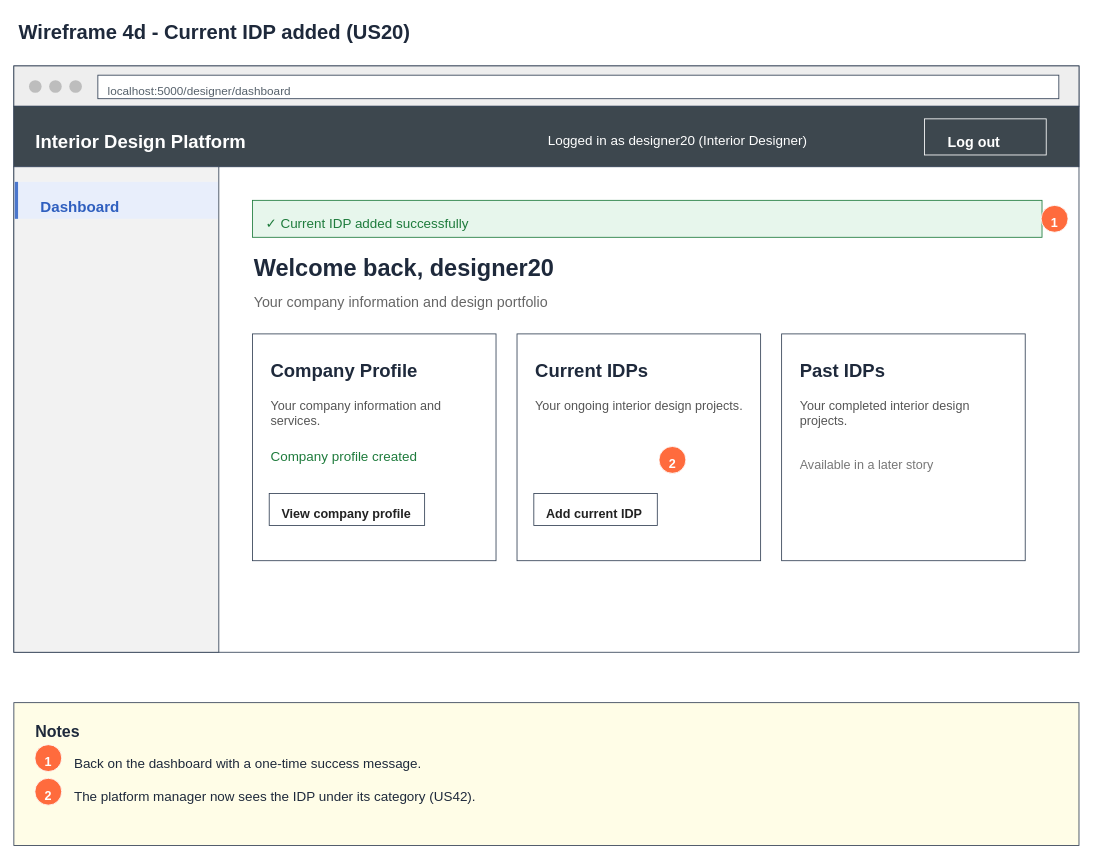
Before: page "4d Wireframe - IDP added" (5 of 8) of Sprint_3/US20 - Add Current IDP/US20 Add current IDP.drawio in Hanzxc/CSIT314-ARCHSS, a draw.io diagram. Source tidied: cells renumbered, new cells numbered last; positions are measured from the earlier drawing's top-left corner, leaving out a move shared by most shapes. Both pictures are drawn from the tidied source at 84%, with x=0, y=0 at pixel (13, 13).
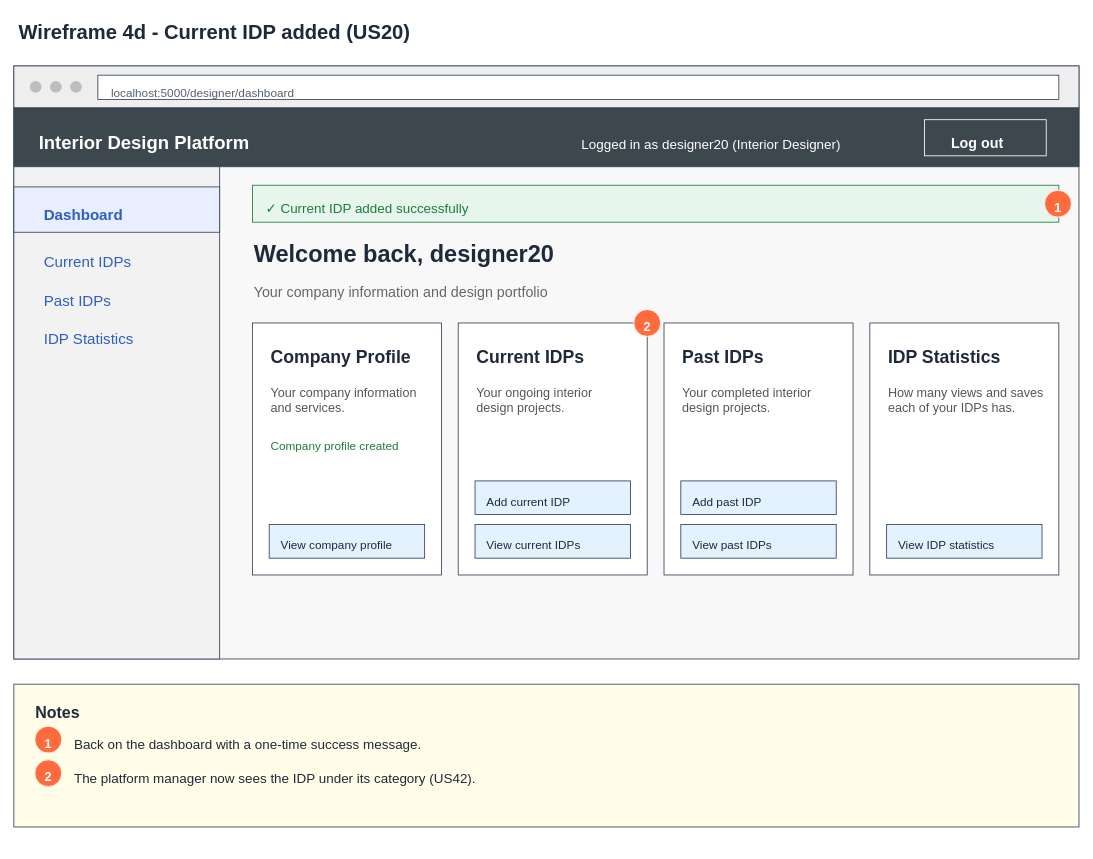
The same diagram, later.

Change to the diagram source:
```diff
@@
-    <mxCell id="3" style="rounded=0;whiteSpace=wrap;fillColor=#ffffff;strokeColor=#334155;" parent="1" vertex="1">
-      <mxGeometry y="62" width="1268" height="698" as="geometry" />
+    <mxCell id="3" style="rounded=0;whiteSpace=wrap;fillColor=#f8f8f8;strokeColor=#334155;" parent="1" vertex="1">
+      <mxGeometry y="62" width="1268" height="706" as="geometry" />
     </mxCell>
     <mxCell id="4" style="rounded=0;whiteSpace=wrap;fillColor=#eeeeee;strokeColor=#334155;" parent="1" vertex="1">
-      <mxGeometry y="62" width="1268" height="48" as="geometry" />
+      <mxGeometry y="62" width="1268" height="50" as="geometry" />
     </mxCell>
     <mxCell id="5" style="ellipse;fillColor=#bdbdbd;strokeColor=none;" parent="1" vertex="1">
-      <mxGeometry x="18" y="79" width="15" height="15" as="geometry" />
+      <mxGeometry x="19" y="80" width="14" height="14" as="geometry" />
     </mxCell>
     <mxCell id="6" style="ellipse;fillColor=#bdbdbd;strokeColor=none;" parent="1" vertex="1">
-      <mxGeometry x="42" y="79" width="15" height="15" as="geometry" />
+      <mxGeometry x="43" y="80" width="14" height="14" as="geometry" />
     </mxCell>
     <mxCell id="7" style="ellipse;fillColor=#bdbdbd;strokeColor=none;" parent="1" vertex="1">
-      <mxGeometry x="66" y="79" width="15" height="15" as="geometry" />
+      <mxGeometry x="67" y="80" width="14" height="14" as="geometry" />
     </mxCell>
     <mxCell id="8" style="rounded=0;whiteSpace=wrap;fillColor=#ffffff;strokeColor=#334155;" parent="1" vertex="1">
-      <mxGeometry x="100" y="73" width="1144" height="28" as="geometry" />
+      <mxGeometry x="100" y="73" width="1144" height="29" as="geometry" />
     </mxCell>
     <mxCell id="9" value="localhost:5000/designer/dashboard" style="text;html=0;align=left;verticalAlign=top;fontSize=14;fontStyle=0;fontColor=#56616b;" parent="1" vertex="1">
-      <mxGeometry x="110" y="77" width="231" height="23" as="geometry" />
+      <mxGeometry x="114" y="79" width="900" height="21" as="geometry" />
     </mxCell>
     <mxCell id="10" style="rounded=0;whiteSpace=wrap;fillColor=#3d474e;strokeColor=#334155;" parent="1" vertex="1">
-      <mxGeometry y="110" width="1268" height="72" as="geometry" />
+      <mxGeometry y="112" width="1268" height="70" as="geometry" />
     </mxCell>
     <mxCell id="11" value="Interior Design Platform" style="text;html=0;align=left;verticalAlign=top;fontSize=22;fontStyle=1;fontColor=#ffffff;" parent="1" vertex="1">
-      <mxGeometry x="24" y="132" width="256" height="34" as="geometry" />
+      <mxGeometry x="28" y="133" width="900" height="29" as="geometry" />
     </mxCell>
     <mxCell id="12" value="Logged in as designer20 (Interior Designer)" style="text;html=0;align=left;verticalAlign=top;fontSize=16;fontStyle=0;fontColor=#ffffff;" parent="1" vertex="1">
-      <mxGeometry x="634" y="135" width="316" height="26" as="geometry" />
+      <mxGeometry x="674" y="139" width="440" height="23" as="geometry" />
     </mxCell>
     <mxCell id="13" style="rounded=0;whiteSpace=wrap;fillColor=#3d474e;strokeColor=#ffffff;" parent="1" vertex="1">
-      <mxGeometry x="1084" y="125" width="145" height="43" as="geometry" />
+      <mxGeometry x="1084" y="126" width="145" height="43" as="geometry" />
     </mxCell>
     <mxCell id="14" value="Log out" style="text;html=0;align=left;verticalAlign=top;fontSize=17;fontStyle=1;fontColor=#ffffff;" parent="1" vertex="1">
-      <mxGeometry x="1110" y="136" width="69" height="27" as="geometry" />
+      <mxGeometry x="1114" y="137" width="115" height="24" as="geometry" />
     </mxCell>
-    <mxCell id="15" style="rounded=0;whiteSpace=wrap;fillColor=#f2f2f2;strokeColor=#334155;" parent="1" vertex="1">
-      <mxGeometry y="182" width="244" height="578" as="geometry" />
-    </mxCell>
-    <mxCell id="16" style="rounded=0;whiteSpace=wrap;fillColor=#e8eefb;strokeColor=none;" parent="1" vertex="1">
-      <mxGeometry x="1" y="200" width="242" height="44" as="geometry" />
-    </mxCell>
-    <mxCell id="17" style="rounded=0;whiteSpace=wrap;fillColor=#4a76cc;strokeColor=none;" parent="1" vertex="1">
-      <mxGeometry x="1" y="200" width="4" height="44" as="geometry" />
+    <mxCell id="17" style="rounded=0;whiteSpace=wrap;fillColor=#f2f2f2;strokeColor=#334155;" parent="1" vertex="1">
+      <mxGeometry y="182" width="245" height="586" as="geometry" />
     </mxCell>
-    <mxCell id="18" value="Dashboard" style="text;html=0;align=left;verticalAlign=top;fontSize=18;fontStyle=1;fontColor=#2f5fbf;" parent="1" vertex="1">
-      <mxGeometry x="30" y="212" width="102" height="28" as="geometry" />
+    <mxCell id="18" style="rounded=0;whiteSpace=wrap;fillColor=#e8eefb;strokeColor=#334155;" parent="1" vertex="1">
+      <mxGeometry y="206" width="245" height="54" as="geometry" />
     </mxCell>
-    <mxCell id="19" style="rounded=0;whiteSpace=wrap;fillColor=#e7f6ec;strokeColor=#1e7b3c;" parent="1" vertex="1">
-      <mxGeometry x="284" y="222" width="940" height="44" as="geometry" />
+    <mxCell id="19" value="Dashboard" style="text;html=0;align=left;verticalAlign=top;fontSize=18;fontStyle=1;fontColor=#2f5fbf;" parent="1" vertex="1">
+      <mxGeometry x="34" y="222" width="200" height="25" as="geometry" />
     </mxCell>
-    <mxCell id="20" value="✓ Current IDP added successfully" style="text;html=0;align=left;verticalAlign=top;fontSize=16;fontStyle=0;fontColor=#1e7b3c;" parent="1" vertex="1">
-      <mxGeometry x="298" y="233" width="248" height="26" as="geometry" />
+    <mxCell id="20" value="Current IDPs" style="text;html=0;align=left;verticalAlign=top;fontSize=18;fontStyle=0;fontColor=#2f5fbf;" parent="1" vertex="1">
+      <mxGeometry x="34" y="278" width="200" height="25" as="geometry" />
     </mxCell>
-    <mxCell id="21" value="Welcome back, designer20" style="text;html=0;align=left;verticalAlign=top;fontSize=28;fontStyle=1;fontColor=#1e293b;" parent="1" vertex="1">
-      <mxGeometry x="284" y="278" width="371" height="42" as="geometry" />
+    <mxCell id="21" value="Past IDPs" style="text;html=0;align=left;verticalAlign=top;fontSize=18;fontStyle=0;fontColor=#2f5fbf;" parent="1" vertex="1">
+      <mxGeometry x="34" y="324" width="200" height="25" as="geometry" />
     </mxCell>
-    <mxCell id="22" value="Your company information and design portfolio" style="text;html=0;align=left;verticalAlign=top;fontSize=17;fontStyle=0;fontColor=#666666;" parent="1" vertex="1">
-      <mxGeometry x="284" y="326" width="355" height="27" as="geometry" />
+    <mxCell id="22" value="IDP Statistics" style="text;html=0;align=left;verticalAlign=top;fontSize=18;fontStyle=0;fontColor=#2f5fbf;" parent="1" vertex="1">
+      <mxGeometry x="34" y="370" width="200" height="25" as="geometry" />
     </mxCell>
-    <mxCell id="23" style="rounded=0;whiteSpace=wrap;fillColor=#ffffff;strokeColor=#334155;" parent="1" vertex="1">
-      <mxGeometry x="284" y="381" width="290" height="270" as="geometry" />
+    <mxCell id="23" value="Welcome back, designer20" style="text;html=0;align=left;verticalAlign=top;fontSize=28;fontStyle=1;fontColor=#1e293b;" parent="1" vertex="1">
+      <mxGeometry x="284" y="262" width="900" height="35" as="geometry" />
     </mxCell>
-    <mxCell id="24" value="Company Profile" style="text;html=0;align=left;verticalAlign=top;fontSize=22;fontStyle=1;fontColor=#1e293b;" parent="1" vertex="1">
-      <mxGeometry x="304" y="405" width="181" height="34" as="geometry" />
+    <mxCell id="24" value="Your company information and design portfolio" style="text;html=0;align=left;verticalAlign=top;fontSize=17;fontStyle=0;fontColor=#666666;" parent="1" vertex="1">
+      <mxGeometry x="284" y="315" width="900" height="24" as="geometry" />
     </mxCell>
-    <mxCell id="25" value="Your company information and&#10;services." style="text;html=0;align=left;verticalAlign=top;fontSize=15;fontStyle=0;fontColor=#555555;" parent="1" vertex="1">
-      <mxGeometry x="304" y="451" width="208" height="44" as="geometry" />
+    <mxCell id="25" style="rounded=0;whiteSpace=wrap;fillColor=#ffffff;strokeColor=#334155;" parent="1" vertex="1">
+      <mxGeometry x="284" y="368" width="225" height="300" as="geometry" />
     </mxCell>
-    <mxCell id="26" value="Company profile created" style="text;html=0;align=left;verticalAlign=top;fontSize=16;fontStyle=0;fontColor=#1e7b3c;" parent="1" vertex="1">
-      <mxGeometry x="304" y="511" width="182" height="26" as="geometry" />
+    <mxCell id="26" value="Company Profile" style="text;html=0;align=left;verticalAlign=top;fontSize=21;fontStyle=1;fontColor=#1e293b;" parent="1" vertex="1">
+      <mxGeometry x="304" y="389" width="195" height="29" as="geometry" />
     </mxCell>
-    <mxCell id="27" style="rounded=0;whiteSpace=wrap;fillColor=#ffffff;strokeColor=#334155;" parent="1" vertex="1">
-      <mxGeometry x="304" y="571" width="185" height="38" as="geometry" />
+    <mxCell id="27" value="Your company information&#10;and services." style="text;html=0;align=left;verticalAlign=top;fontSize=15;fontStyle=0;fontColor=#555555;" parent="1" vertex="1">
+      <mxGeometry x="304" y="436" width="195" height="44" as="geometry" />
     </mxCell>
-    <mxCell id="28" value="View company profile" style="text;html=0;align=left;verticalAlign=top;fontSize=15;fontStyle=1;fontColor=#222222;" parent="1" vertex="1">
-      <mxGeometry x="317" y="580" width="159" height="24" as="geometry" />
+    <mxCell id="28" value="Company profile created" style="text;html=0;align=left;verticalAlign=top;fontSize=14;fontStyle=0;fontColor=#1e7b3c;" parent="1" vertex="1">
+      <mxGeometry x="304" y="500" width="195" height="21" as="geometry" />
     </mxCell>
-    <mxCell id="29" style="rounded=0;whiteSpace=wrap;fillColor=#ffffff;strokeColor=#334155;" parent="1" vertex="1">
-      <mxGeometry x="599" y="381" width="290" height="270" as="geometry" />
+    <mxCell id="29" style="rounded=0;whiteSpace=wrap;fillColor=#e3f2fd;strokeColor=#334155;" parent="1" vertex="1">
+      <mxGeometry x="304" y="608" width="185" height="40" as="geometry" />
     </mxCell>
-    <mxCell id="30" value="Current IDPs" style="text;html=0;align=left;verticalAlign=top;fontSize=22;fontStyle=1;fontColor=#1e293b;" parent="1" vertex="1">
-      <mxGeometry x="619" y="405" width="142" height="34" as="geometry" />
+    <mxCell id="30" value="View company profile" style="text;html=0;align=left;verticalAlign=top;fontSize=14;fontStyle=0;fontColor=#1e293b;" parent="1" vertex="1">
+      <mxGeometry x="316" y="618" width="165" height="22" as="geometry" />
     </mxCell>
-    <mxCell id="31" value="Your ongoing interior design projects." style="text;html=0;align=left;verticalAlign=top;fontSize=15;fontStyle=0;fontColor=#555555;" parent="1" vertex="1">
-      <mxGeometry x="619" y="451" width="249" height="24" as="geometry" />
+    <mxCell id="31" style="rounded=0;whiteSpace=wrap;fillColor=#ffffff;strokeColor=#334155;" parent="1" vertex="1">
+      <mxGeometry x="529" y="368" width="225" height="300" as="geometry" />
     </mxCell>
-    <mxCell id="32" style="rounded=0;whiteSpace=wrap;fillColor=#ffffff;strokeColor=#334155;" parent="1" vertex="1">
-      <mxGeometry x="619" y="571" width="147" height="38" as="geometry" />
+    <mxCell id="32" value="Current IDPs" style="text;html=0;align=left;verticalAlign=top;fontSize=21;fontStyle=1;fontColor=#1e293b;" parent="1" vertex="1">
+      <mxGeometry x="549" y="389" width="195" height="29" as="geometry" />
     </mxCell>
-    <mxCell id="33" value="Add current IDP" style="text;html=0;align=left;verticalAlign=top;fontSize=15;fontStyle=1;fontColor=#222222;" parent="1" vertex="1">
-      <mxGeometry x="632" y="580" width="121" height="24" as="geometry" />
+    <mxCell id="33" value="Your ongoing interior&#10;design projects." style="text;html=0;align=left;verticalAlign=top;fontSize=15;fontStyle=0;fontColor=#555555;" parent="1" vertex="1">
+      <mxGeometry x="549" y="436" width="195" height="44" as="geometry" />
     </mxCell>
-    <mxCell id="34" style="rounded=0;whiteSpace=wrap;fillColor=#ffffff;strokeColor=#334155;" parent="1" vertex="1">
-      <mxGeometry x="914" y="381" width="290" height="270" as="geometry" />
+    <mxCell id="34" style="rounded=0;whiteSpace=wrap;fillColor=#e3f2fd;strokeColor=#334155;" parent="1" vertex="1">
+      <mxGeometry x="549" y="608" width="185" height="40" as="geometry" />
     </mxCell>
-    <mxCell id="35" value="Past IDPs" style="text;html=0;align=left;verticalAlign=top;fontSize=22;fontStyle=1;fontColor=#1e293b;" parent="1" vertex="1">
-      <mxGeometry x="934" y="405" width="109" height="34" as="geometry" />
+    <mxCell id="35" value="View current IDPs" style="text;html=0;align=left;verticalAlign=top;fontSize=14;fontStyle=0;fontColor=#1e293b;" parent="1" vertex="1">
+      <mxGeometry x="561" y="618" width="165" height="22" as="geometry" />
     </mxCell>
-    <mxCell id="36" value="Your completed interior design&#10;projects." style="text;html=0;align=left;verticalAlign=top;fontSize=15;fontStyle=0;fontColor=#555555;" parent="1" vertex="1">
-      <mxGeometry x="934" y="451" width="206" height="44" as="geometry" />
+    <mxCell id="36" style="rounded=0;whiteSpace=wrap;fillColor=#e3f2fd;strokeColor=#334155;" parent="1" vertex="1">
+      <mxGeometry x="549" y="556" width="185" height="40" as="geometry" />
     </mxCell>
-    <mxCell id="37" value="Available in a later story" style="text;html=0;align=left;verticalAlign=top;fontSize=15;fontStyle=0;fontColor=#777777;" parent="1" vertex="1">
-      <mxGeometry x="934" y="521" width="163" height="24" as="geometry" />
+    <mxCell id="37" value="Add current IDP" style="text;html=0;align=left;verticalAlign=top;fontSize=14;fontStyle=0;fontColor=#1e293b;" parent="1" vertex="1">
+      <mxGeometry x="561" y="566" width="165" height="22" as="geometry" />
     </mxCell>
-    <mxCell id="38" style="ellipse;fillColor=#ff6b3d;strokeColor=#ffffff;" parent="1" vertex="1">
-      <mxGeometry x="1223" y="228" width="32" height="32" as="geometry" />
+    <mxCell id="38" style="rounded=0;whiteSpace=wrap;fillColor=#ffffff;strokeColor=#334155;" parent="1" vertex="1">
+      <mxGeometry x="774" y="368" width="225" height="300" as="geometry" />
     </mxCell>
-    <mxCell id="39" value="1" style="text;html=0;align=left;verticalAlign=top;fontSize=15;fontStyle=1;fontColor=#ffffff;" parent="1" vertex="1">
-      <mxGeometry x="1233" y="233" width="16" height="24" as="geometry" />
+    <mxCell id="39" value="Past IDPs" style="text;html=0;align=left;verticalAlign=top;fontSize=21;fontStyle=1;fontColor=#1e293b;" parent="1" vertex="1">
+      <mxGeometry x="794" y="389" width="195" height="29" as="geometry" />
     </mxCell>
-    <mxCell id="40" style="ellipse;fillColor=#ff6b3d;strokeColor=#ffffff;" parent="1" vertex="1">
-      <mxGeometry x="768" y="515" width="32" height="32" as="geometry" />
+    <mxCell id="40" value="Your completed interior&#10;design projects." style="text;html=0;align=left;verticalAlign=top;fontSize=15;fontStyle=0;fontColor=#555555;" parent="1" vertex="1">
+      <mxGeometry x="794" y="436" width="195" height="44" as="geometry" />
     </mxCell>
-    <mxCell id="41" value="2" style="text;html=0;align=left;verticalAlign=top;fontSize=15;fontStyle=1;fontColor=#ffffff;" parent="1" vertex="1">
-      <mxGeometry x="778" y="520" width="16" height="24" as="geometry" />
+    <mxCell id="41" style="rounded=0;whiteSpace=wrap;fillColor=#e3f2fd;strokeColor=#334155;" parent="1" vertex="1">
+      <mxGeometry x="794" y="608" width="185" height="40" as="geometry" />
     </mxCell>
-    <mxCell id="42" style="rounded=0;whiteSpace=wrap;fillColor=#fffde7;strokeColor=#334155;" parent="1" vertex="1">
-      <mxGeometry y="820" width="1268" height="170" as="geometry" />
+    <mxCell id="42" value="View past IDPs" style="text;html=0;align=left;verticalAlign=top;fontSize=14;fontStyle=0;fontColor=#1e293b;" parent="1" vertex="1">
+      <mxGeometry x="806" y="618" width="165" height="22" as="geometry" />
     </mxCell>
-    <mxCell id="43" value="Notes" style="text;html=0;align=left;verticalAlign=top;fontSize=19;fontStyle=1;fontColor=#1e293b;" parent="1" vertex="1">
-      <mxGeometry x="24" y="836" width="62" height="30" as="geometry" />
+    <mxCell id="43" style="rounded=0;whiteSpace=wrap;fillColor=#e3f2fd;strokeColor=#334155;" parent="1" vertex="1">
+      <mxGeometry x="794" y="556" width="185" height="40" as="geometry" />
     </mxCell>
-    <mxCell id="44" style="ellipse;fillColor=#ff6b3d;strokeColor=#ffffff;" parent="1" vertex="1">
-      <mxGeometry x="25" y="870" width="32" height="32" as="geometry" />
+    <mxCell id="44" value="Add past IDP" style="text;html=0;align=left;verticalAlign=top;fontSize=14;fontStyle=0;fontColor=#1e293b;" parent="1" vertex="1">
+      <mxGeometry x="806" y="566" width="165" height="22" as="geometry" />
     </mxCell>
-    <mxCell id="45" value="1" style="text;html=0;align=left;verticalAlign=top;fontSize=15;fontStyle=1;fontColor=#ffffff;" parent="1" vertex="1">
-      <mxGeometry x="35" y="875" width="16" height="24" as="geometry" />
+    <mxCell id="45" style="rounded=0;whiteSpace=wrap;fillColor=#ffffff;strokeColor=#334155;" parent="1" vertex="1">
+      <mxGeometry x="1019" y="368" width="225" height="300" as="geometry" />
     </mxCell>
-    <mxCell id="46" value="Back on the dashboard with a one-time success message." style="text;html=0;align=left;verticalAlign=top;fontSize=16;fontStyle=0;fontColor=#1e293b;" parent="1" vertex="1">
-      <mxGeometry x="70" y="876" width="419" height="26" as="geometry" />
+    <mxCell id="46" value="IDP Statistics" style="text;html=0;align=left;verticalAlign=top;fontSize=21;fontStyle=1;fontColor=#1e293b;" parent="1" vertex="1">
+      <mxGeometry x="1039" y="389" width="195" height="29" as="geometry" />
     </mxCell>
-    <mxCell id="47" style="ellipse;fillColor=#ff6b3d;strokeColor=#ffffff;" parent="1" vertex="1">
-      <mxGeometry x="25" y="910" width="32" height="32" as="geometry" />
+    <mxCell id="47" value="How many views and saves&#10;each of your IDPs has." style="text;html=0;align=left;verticalAlign=top;fontSize=15;fontStyle=0;fontColor=#555555;" parent="1" vertex="1">
+      <mxGeometry x="1039" y="436" width="195" height="44" as="geometry" />
     </mxCell>
-    <mxCell id="48" value="2" style="text;html=0;align=left;verticalAlign=top;fontSize=15;fontStyle=1;fontColor=#ffffff;" parent="1" vertex="1">
-      <mxGeometry x="35" y="915" width="16" height="24" as="geometry" />
+    <mxCell id="48" style="rounded=0;whiteSpace=wrap;fillColor=#e3f2fd;strokeColor=#334155;" parent="1" vertex="1">
+      <mxGeometry x="1039" y="608" width="185" height="40" as="geometry" />
     </mxCell>
-    <mxCell id="49" value="The platform manager now sees the IDP under its category (US42)." style="text;html=0;align=left;verticalAlign=top;fontSize=16;fontStyle=0;fontColor=#1e293b;" parent="1" vertex="1">
-      <mxGeometry x="70" y="916" width="482" height="26" as="geometry" />
+    <mxCell id="49" value="View IDP statistics" style="text;html=0;align=left;verticalAlign=top;fontSize=14;fontStyle=0;fontColor=#1e293b;" parent="1" vertex="1">
+      <mxGeometry x="1051" y="618" width="165" height="22" as="geometry" />
     </mxCell>
+    <mxCell id="50" style="rounded=0;whiteSpace=wrap;fillColor=#e7f6ec;strokeColor=#1e7b3c;" parent="1" vertex="1">
+      <mxGeometry x="284" y="204" width="960" height="44" as="geometry" />
+    </mxCell>
+    <mxCell id="51" value="✓ Current IDP added successfully" style="text;html=0;align=left;verticalAlign=top;fontSize=16;fontStyle=0;fontColor=#1e7b3c;" parent="1" vertex="1">
+      <mxGeometry x="298" y="215" width="248" height="26" as="geometry" />
+    </mxCell>
+    <mxCell id="52" style="ellipse;fillColor=#ff6b3d;strokeColor=#ffffff;" parent="1" vertex="1">
+      <mxGeometry x="1227" y="210" width="32" height="32" as="geometry" />
+    </mxCell>
+    <mxCell id="53" value="1" style="text;html=0;align=left;verticalAlign=top;fontSize=15;fontStyle=1;fontColor=#ffffff;" parent="1" vertex="1">
+      <mxGeometry x="1237" y="215" width="16" height="24" as="geometry" />
+    </mxCell>
+    <mxCell id="54" style="ellipse;fillColor=#ff6b3d;strokeColor=#ffffff;" parent="1" vertex="1">
+      <mxGeometry x="738" y="352" width="32" height="32" as="geometry" />
+    </mxCell>
+    <mxCell id="55" value="2" style="text;html=0;align=left;verticalAlign=top;fontSize=15;fontStyle=1;fontColor=#ffffff;" parent="1" vertex="1">
+      <mxGeometry x="748" y="357" width="16" height="24" as="geometry" />
+    </mxCell>
+    <mxCell id="56" style="rounded=0;whiteSpace=wrap;fillColor=#fffde7;strokeColor=#334155;" parent="1" vertex="1">
+      <mxGeometry y="798" width="1268" height="170" as="geometry" />
+    </mxCell>
+    <mxCell id="57" value="Notes" style="text;html=0;align=left;verticalAlign=top;fontSize=19;fontStyle=1;fontColor=#1e293b;" parent="1" vertex="1">
+      <mxGeometry x="24" y="814" width="62" height="30" as="geometry" />
+    </mxCell>
+    <mxCell id="58" style="ellipse;fillColor=#ff6b3d;strokeColor=#ffffff;" parent="1" vertex="1">
+      <mxGeometry x="25" y="848" width="32" height="32" as="geometry" />
+    </mxCell>
+    <mxCell id="59" value="1" style="text;html=0;align=left;verticalAlign=top;fontSize=15;fontStyle=1;fontColor=#ffffff;" parent="1" vertex="1">
+      <mxGeometry x="35" y="853" width="16" height="24" as="geometry" />
+    </mxCell>
+    <mxCell id="60" value="Back on the dashboard with a one-time success message." style="text;html=0;align=left;verticalAlign=top;fontSize=16;fontStyle=0;fontColor=#1e293b;" parent="1" vertex="1">
+      <mxGeometry x="70" y="854" width="419" height="26" as="geometry" />
+    </mxCell>
+    <mxCell id="61" style="ellipse;fillColor=#ff6b3d;strokeColor=#ffffff;" parent="1" vertex="1">
+      <mxGeometry x="25" y="888" width="32" height="32" as="geometry" />
+    </mxCell>
+    <mxCell id="62" value="2" style="text;html=0;align=left;verticalAlign=top;fontSize=15;fontStyle=1;fontColor=#ffffff;" parent="1" vertex="1">
+      <mxGeometry x="35" y="893" width="16" height="24" as="geometry" />
+    </mxCell>
+    <mxCell id="63" value="The platform manager now sees the IDP under its category (US42)." style="text;html=0;align=left;verticalAlign=top;fontSize=16;fontStyle=0;fontColor=#1e293b;" parent="1" vertex="1">
+      <mxGeometry x="70" y="894" width="482" height="26" as="geometry" />
+    </mxCell>
```
